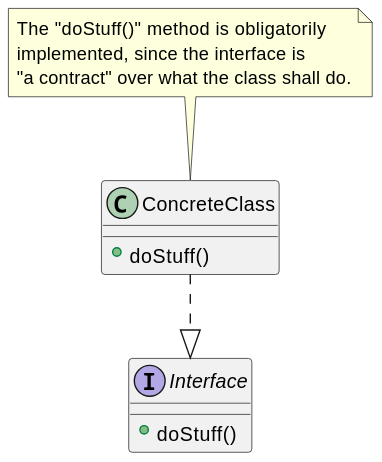
2DGD-F0TH/2DGD_F0TH keeps this PlantUML diagram as images/computer_science/class_interface_realization.svg. Above is the earlier version. Source of this version:
```plantuml
@startuml
interface Interface{
    + doStuff()
}

class ConcreteClass{
    + doStuff()
}

ConcreteClass ..|> Interface

note top of ConcreteClass
    The "doStuff()" method is obligatorily
    implemented, since the interface is
    "a contract" over what the class shall do.
end note
@enduml
```
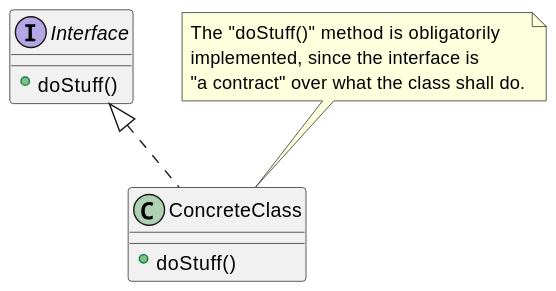
After the commit.

Diff of the diagram source:
```diff
@@ -7,7 +7,7 @@
     + doStuff()
 }
 
-ConcreteClass ..|> Interface
+ConcreteClass .up.|> Interface
 
 note top of ConcreteClass
     The "doStuff()" method is obligatorily
```
